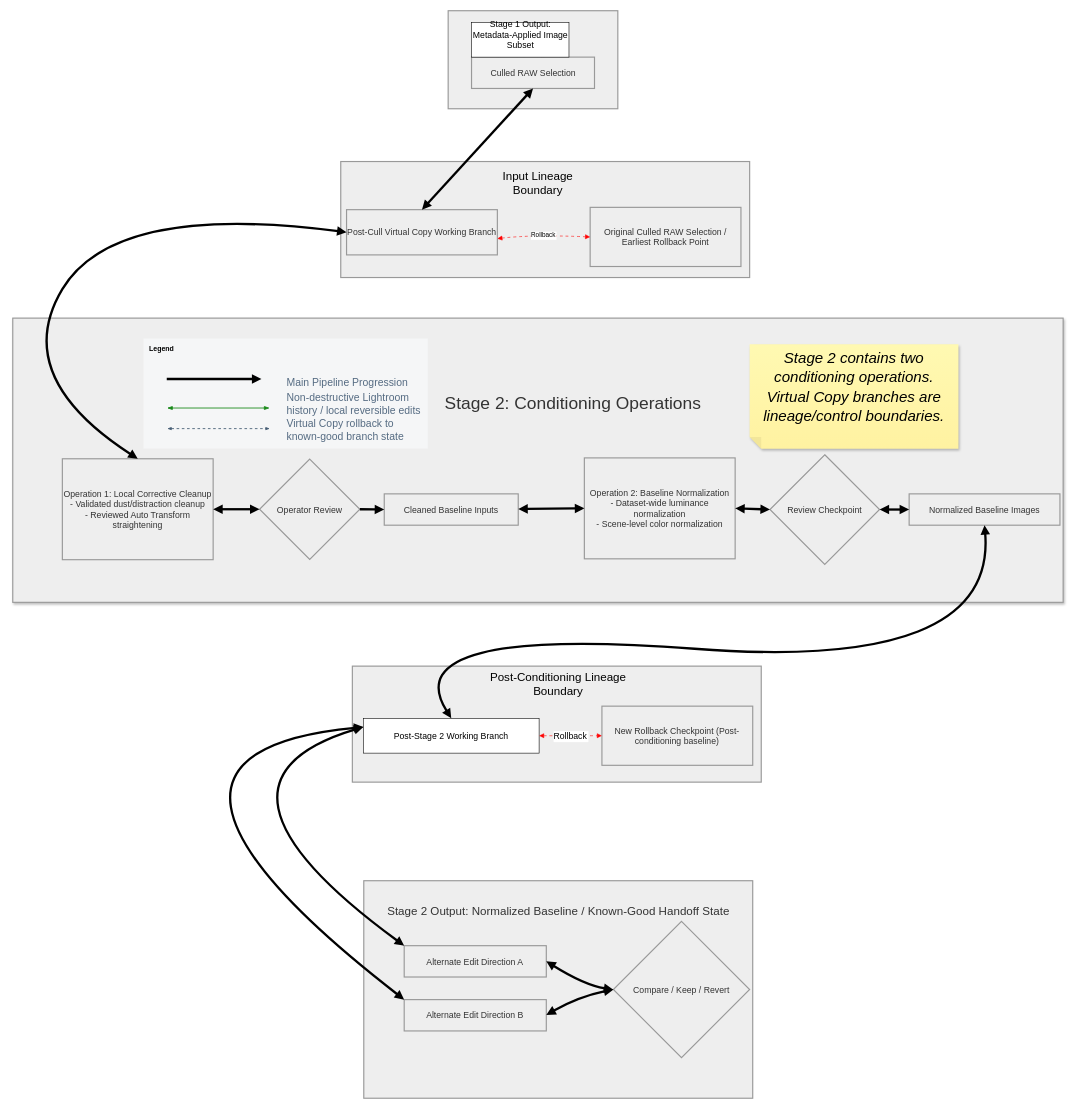
Oak-22/creative-workflow-batch-transformation-pipeline keeps this draw.io diagram as docs/stage-2-pipeline-diagram (3).drawio. Above is the earlier version. Source tidied: cells renumbered, new cells numbered last; positions are measured from the earlier drawing's top-left corner, leaving out a move shared by most shapes. Both pictures are drawn from the tidied source at 58%, with x=0, y=0 at pixel (10, 10).
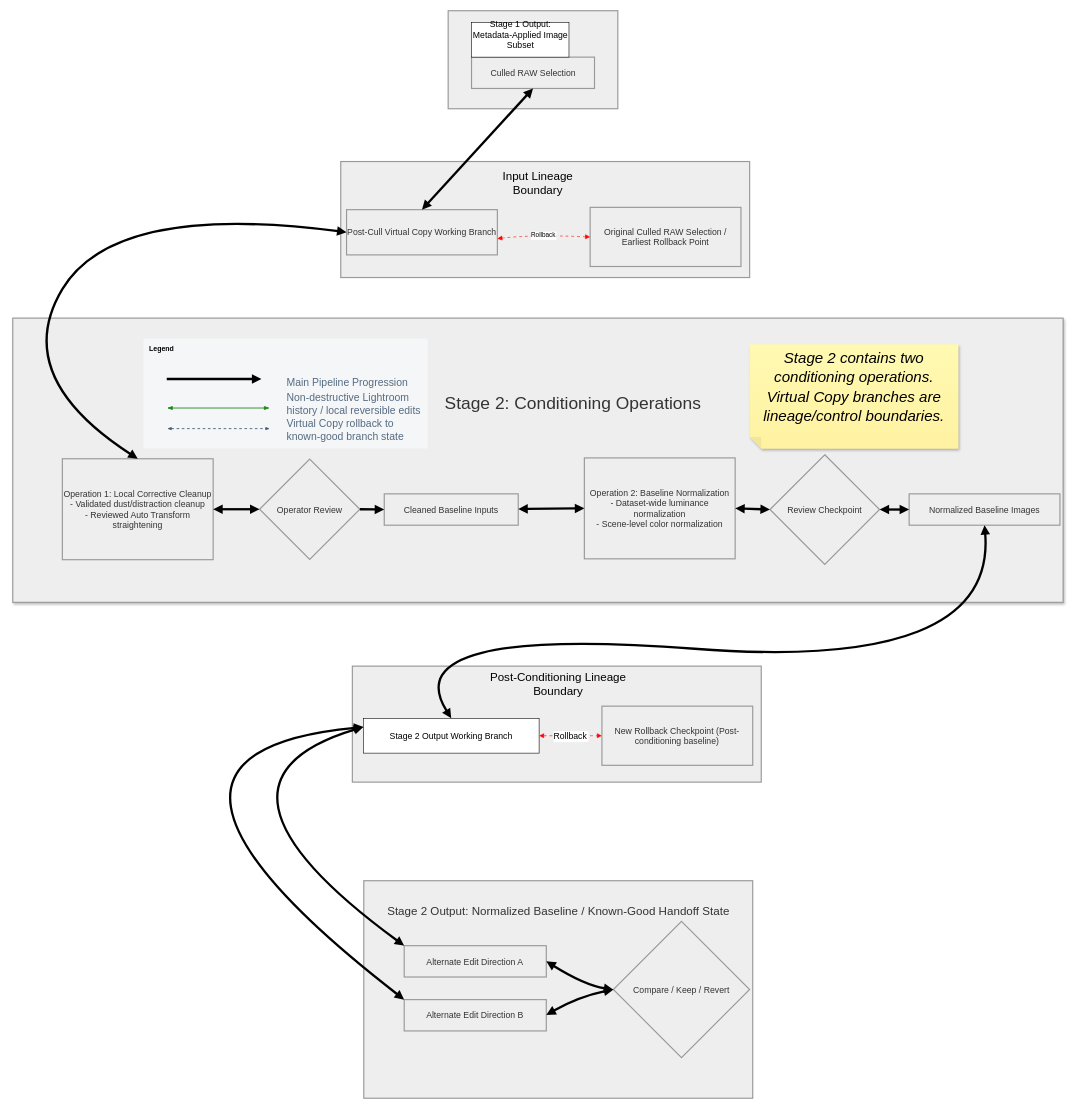
Above is the later version.

Commit message (it also covers changes not shown here):
Updates to Stage 2 pipeline diagram

The edit, as a diff of the source:
```diff
@@
-    <mxCell id="32" value="Post-Stage 2 Working Branch" style="rounded=0;whiteSpace=wrap;html=1;fontSize=15;" parent="1" vertex="1">
+    <mxCell id="32" value="Stage 2 Output Working Branch" style="rounded=0;whiteSpace=wrap;html=1;fontSize=15;" parent="1" vertex="1">
       <mxGeometry x="609" y="1220" width="303" height="60" as="geometry" />
     </mxCell>
```
